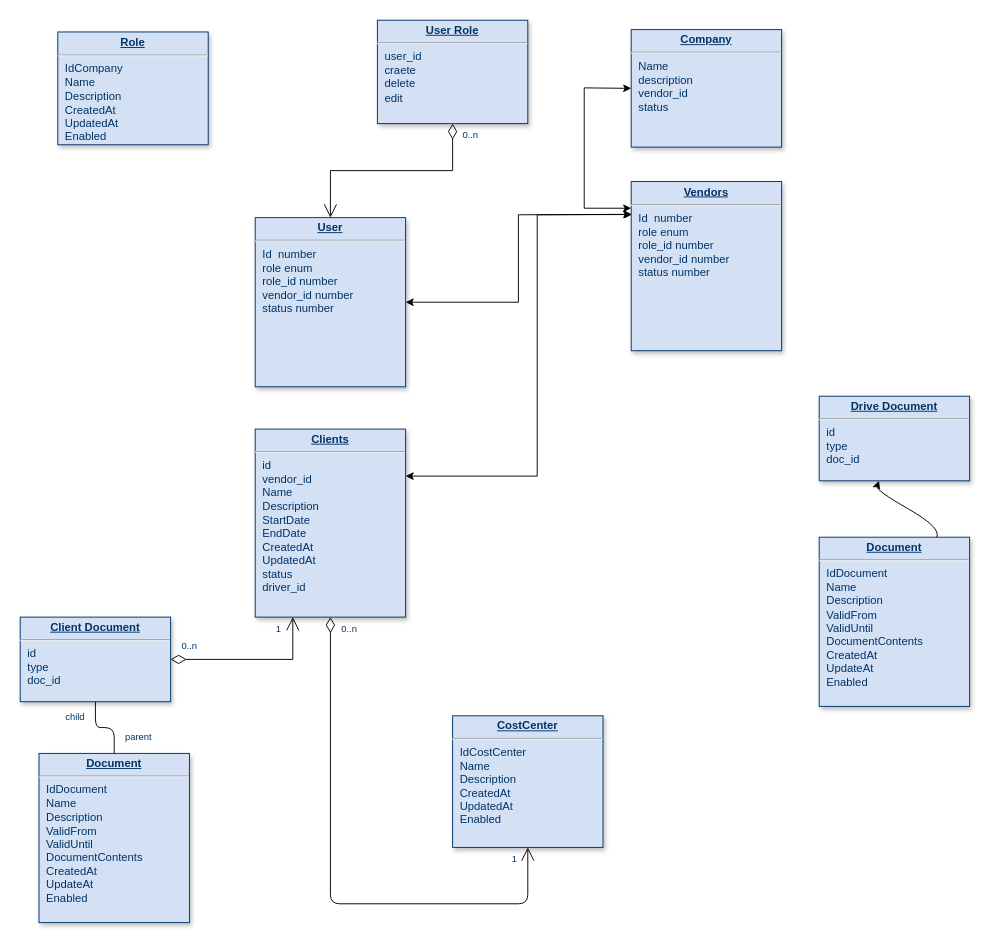
The draw.io diagram Untitled Diagram.drawio in aregghaz/my-general-med-web, before the edit. Source tidied: cells renumbered, new cells numbered last; positions are measured from the earlier drawing's top-left corner, leaving out a move shared by most shapes. Both pictures are drawn from the tidied source at 94%, with x=0, y=0 at pixel (20, 20).
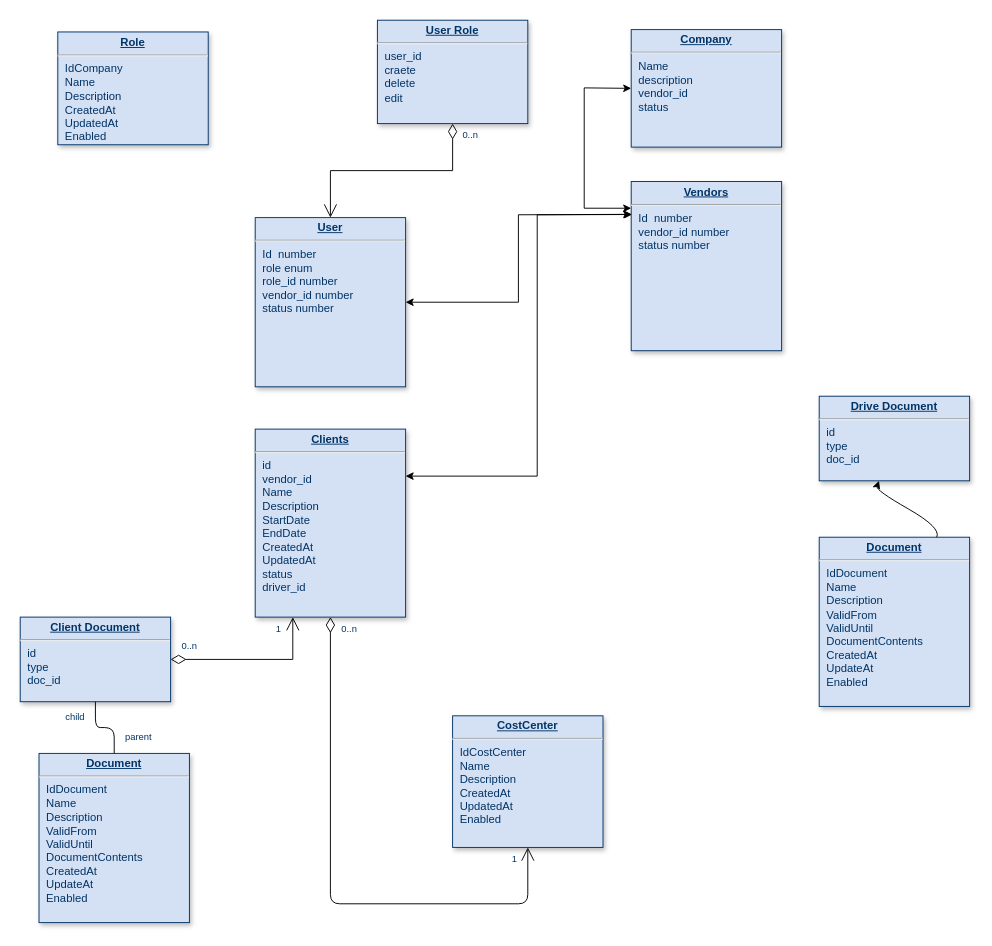
Above is the later version.

Change to the diagram source:
```diff
@@
-    <mxCell id="21" value="&lt;p style=&quot;margin: 0px; margin-top: 4px; text-align: center; text-decoration: underline;&quot;&gt;&lt;strong&gt;Vendors&lt;/strong&gt;&lt;/p&gt;&lt;hr&gt;&lt;p style=&quot;margin: 0px; margin-left: 8px;&quot;&gt;Id&amp;nbsp; number&lt;/p&gt;&lt;p style=&quot;margin: 0px; margin-left: 8px;&quot;&gt;role enum&lt;/p&gt;&lt;p style=&quot;margin: 0px; margin-left: 8px;&quot;&gt;role_id number&lt;/p&gt;&lt;p style=&quot;margin: 0px; margin-left: 8px;&quot;&gt;vendor_id number&lt;/p&gt;&lt;p style=&quot;margin: 0px; margin-left: 8px;&quot;&gt;status number&lt;/p&gt;" style="verticalAlign=top;align=left;overflow=fill;fontSize=12;fontFamily=Helvetica;html=1;strokeColor=#003366;shadow=1;fillColor=#D4E1F5;fontColor=#003366;" parent="1" vertex="1">
+    <mxCell id="21" value="&lt;p style=&quot;margin: 0px; margin-top: 4px; text-align: center; text-decoration: underline;&quot;&gt;&lt;strong&gt;Vendors&lt;/strong&gt;&lt;/p&gt;&lt;hr&gt;&lt;p style=&quot;margin: 0px; margin-left: 8px;&quot;&gt;Id&amp;nbsp; number&lt;/p&gt;&lt;p style=&quot;margin: 0px; margin-left: 8px;&quot;&gt;vendor_id number&lt;/p&gt;&lt;p style=&quot;margin: 0px; margin-left: 8px;&quot;&gt;status number&lt;/p&gt;" style="verticalAlign=top;align=left;overflow=fill;fontSize=12;fontFamily=Helvetica;html=1;strokeColor=#003366;shadow=1;fillColor=#D4E1F5;fontColor=#003366;" parent="1" vertex="1">
       <mxGeometry x="650" y="171.6" width="160" height="180" as="geometry" />
     </mxCell>
```
